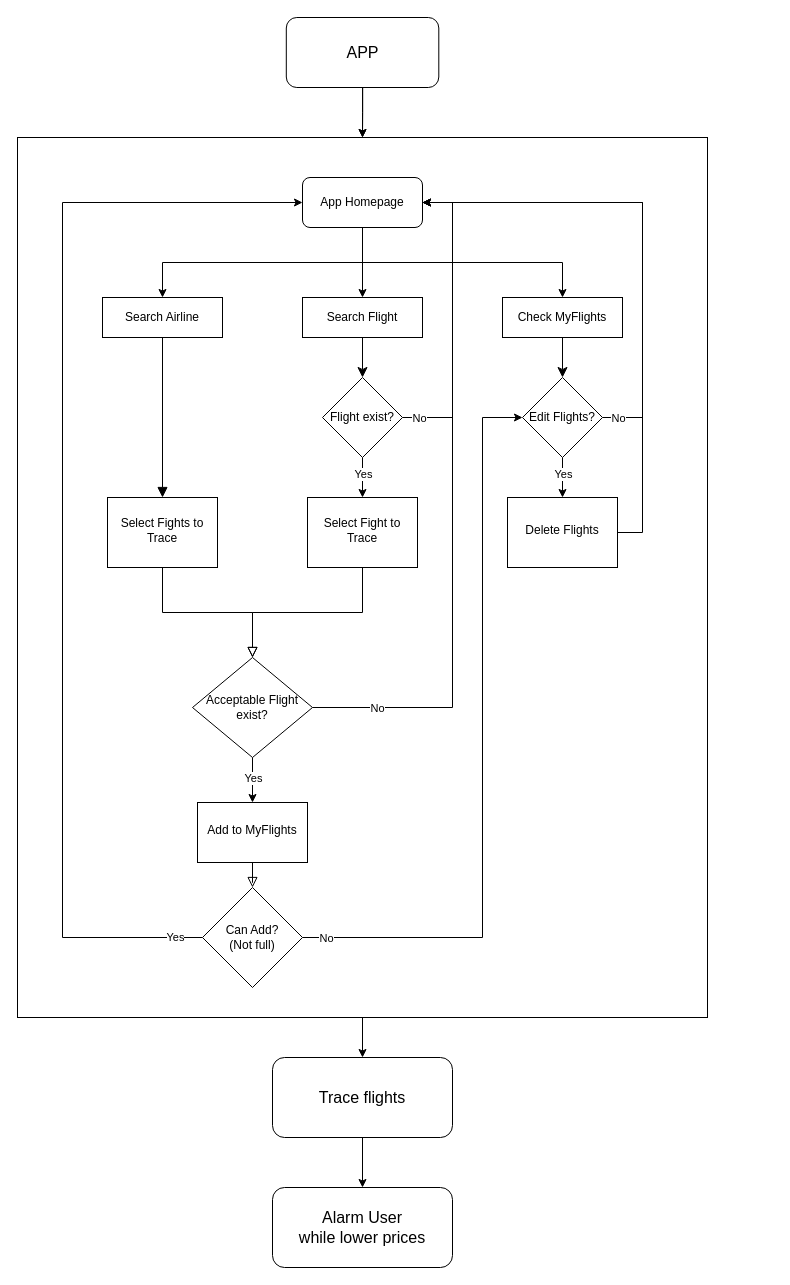
The draw.io diagram FlightTicket_flow.drawio in CY-Marowak/FlightTicketProject, before the edit. Source tidied: cells renumbered, new cells numbered last; positions are measured from the earlier drawing's top-left corner, leaving out a move shared by most shapes. Both pictures are drawn from the tidied source at 100%, with x=0, y=0 at pixel (17, 17).
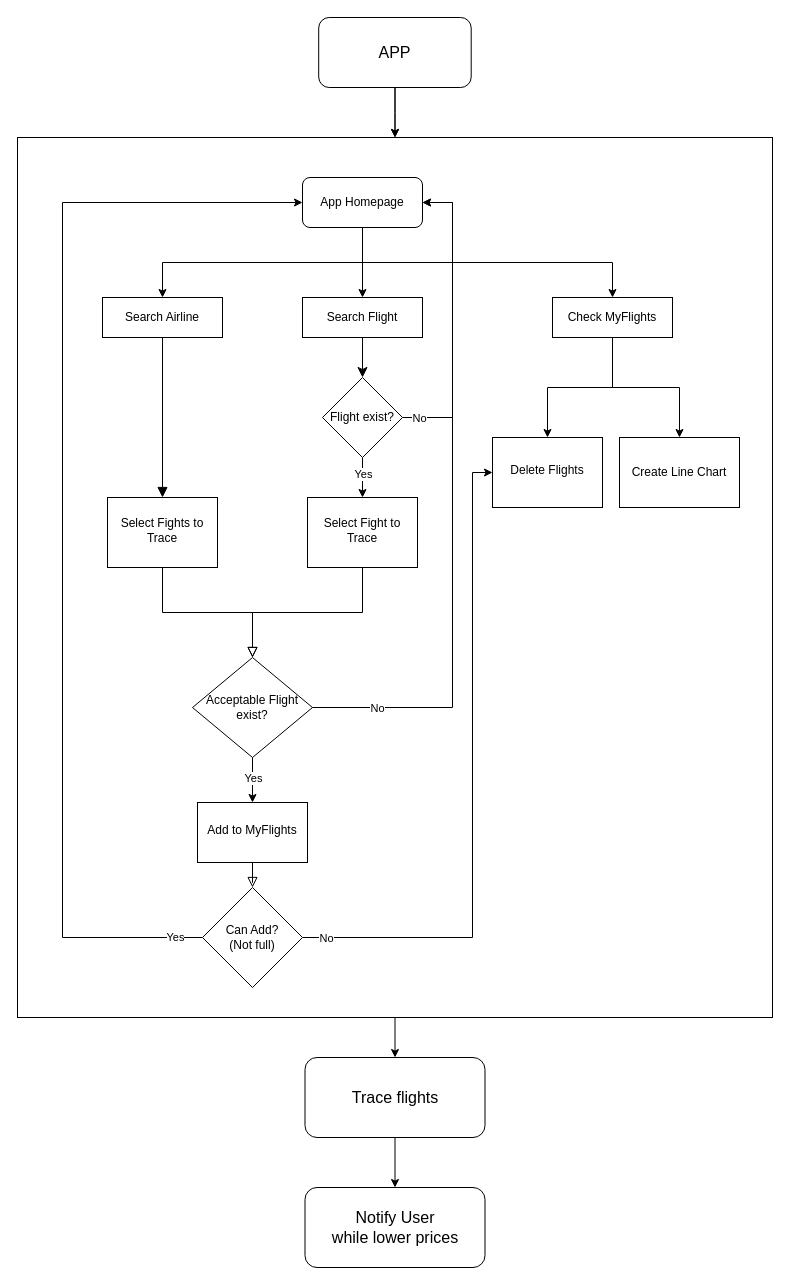
Above is the later version.

Unchanged cells that the change refers to:
```xml
<mxCell id="19" value="App Homepage" style="rounded=1;whiteSpace=wrap;html=1;fontSize=12;glass=0;strokeWidth=1;shadow=0;" parent="1" vertex="1">
  <mxGeometry x="285" y="160" width="120" height="50" as="geometry" />
</mxCell>
<mxCell id="34" value="Can Add?&lt;br&gt;(Not full)" style="rhombus;whiteSpace=wrap;html=1;" parent="1" vertex="1">
  <mxGeometry x="185" y="870" width="100" height="100" as="geometry" />
</mxCell>
```

What changed in the source:
```diff
@@
     <mxCell id="3" style="rounded=0;whiteSpace=wrap;html=1;" parent="1" vertex="1">
-      <mxGeometry y="120" width="690" height="880" as="geometry" />
+      <mxGeometry y="120" width="755" height="880" as="geometry" />
     </mxCell>
@@
     <mxCell id="11" value="&lt;font style=&quot;font-size: 16px;&quot;&gt;Trace flights&lt;/font&gt;" style="rounded=1;whiteSpace=wrap;html=1;fontSize=12;glass=0;strokeWidth=1;shadow=0;" parent="1" vertex="1">
-      <mxGeometry x="255" y="1040" width="180" height="80" as="geometry" />
+      <mxGeometry x="287.5" y="1040" width="180" height="80" as="geometry" />
     </mxCell>
@@
-    <mxCell id="32" style="edgeStyle=orthogonalEdgeStyle;rounded=0;jettySize=auto;html=1;exitX=1;exitY=0.5;exitDx=0;exitDy=0;entryX=0;entryY=0.5;entryDx=0;entryDy=0;" parent="1" edge="1" source="34" target="43">
-      <mxGeometry relative="1" as="geometry">
-        <Array as="points">
-          <mxPoint x="465" y="920" />
-          <mxPoint x="465" y="400" />
-        </Array>
-      </mxGeometry>
-    </mxCell>
-    <mxCell id="33" value="No" style="edgeLabel;html=1;align=center;verticalAlign=middle;" parent="32" vertex="1">
-      <mxGeometry x="-0.96" y="1" relative="1" as="geometry">
-        <mxPoint x="8" y="1" as="offset" />
-      </mxGeometry>
-    </mxCell>
+    <mxCell id="48" style="edgeStyle=orthogonalEdgeStyle;rounded=0;jettySize=auto;html=1;exitX=1;exitY=0.5;exitDx=0;exitDy=0;entryX=0;entryY=0.5;entryDx=0;entryDy=0;" parent="1" edge="1" source="34" target="38">
+      <mxGeometry relative="1" as="geometry">
+        <Array as="points">
+          <mxPoint x="455" y="920" />
+          <mxPoint x="455" y="455" />
+        </Array>
+      </mxGeometry>
+    </mxCell>
+    <mxCell id="49" value="No" style="edgeLabel;html=1;align=center;verticalAlign=middle;" parent="48" vertex="1">
+      <mxGeometry x="-0.9" y="-2" relative="1" as="geometry">
+        <mxPoint x="-10" y="-2" as="offset" />
+      </mxGeometry>
+    </mxCell>
@@
-    <mxCell id="35" style="rounded=0;html=1;jettySize=auto;fontSize=11;endArrow=classic;endFill=1;endSize=8;strokeWidth=1;shadow=0;labelBackgroundColor=none;edgeStyle=orthogonalEdgeStyle;entryX=0.5;entryY=0;entryDx=0;entryDy=0;" parent="1" edge="1" source="36" target="43">
-      <mxGeometry relative="1" as="geometry" />
-    </mxCell>
+    <mxCell id="50" style="edgeStyle=orthogonalEdgeStyle;rounded=0;jettySize=auto;html=1;" parent="1" edge="1" source="36" target="38">
+      <mxGeometry relative="1" as="geometry" />
+    </mxCell>
+    <mxCell id="51" style="edgeStyle=orthogonalEdgeStyle;rounded=0;jettySize=auto;html=1;entryX=0.5;entryY=0;entryDx=0;entryDy=0;" parent="1" edge="1" source="36" target="52">
+      <mxGeometry relative="1" as="geometry" />
+    </mxCell>
     <mxCell id="36" value="Check MyFlights" style="rounded=0;whiteSpace=wrap;html=1;fontSize=12;glass=0;strokeWidth=1;shadow=0;" parent="1" vertex="1">
-      <mxGeometry x="485" y="280" width="120" height="40" as="geometry" />
+      <mxGeometry x="535" y="280" width="120" height="40" as="geometry" />
     </mxCell>
-    <mxCell id="37" style="edgeStyle=orthogonalEdgeStyle;rounded=0;jettySize=auto;html=1;exitX=1;exitY=0.5;exitDx=0;exitDy=0;entryX=1;entryY=0.5;entryDx=0;entryDy=0;" parent="1" edge="1" source="38" target="19">
-      <mxGeometry relative="1" as="geometry">
-        <Array as="points">
-          <mxPoint x="625" y="515" />
-          <mxPoint x="625" y="185" />
-        </Array>
-      </mxGeometry>
-    </mxCell>
     <mxCell id="38" value="Delete Flights" style="rounded=0;whiteSpace=wrap;html=1;shadow=0;fontFamily=Helvetica;fontSize=12;align=center;strokeWidth=1;spacing=6;spacingTop=-4;" parent="1" vertex="1">
-      <mxGeometry x="490" y="480" width="110" height="70" as="geometry" />
+      <mxGeometry x="475" y="420" width="110" height="70" as="geometry" />
     </mxCell>
-    <mxCell id="39" style="edgeStyle=orthogonalEdgeStyle;rounded=0;jettySize=auto;html=1;exitX=0.5;exitY=1;exitDx=0;exitDy=0;entryX=0.5;entryY=0;entryDx=0;entryDy=0;" parent="1" edge="1" source="43" target="38">
-      <mxGeometry relative="1" as="geometry" />
-    </mxCell>
-    <mxCell id="40" value="Yes" style="edgeLabel;html=1;align=center;verticalAlign=middle;" parent="39" vertex="1">
-      <mxGeometry x="-0.19" relative="1" as="geometry" />
-    </mxCell>
-    <mxCell id="41" style="edgeStyle=orthogonalEdgeStyle;rounded=0;jettySize=auto;html=1;entryX=1;entryY=0.5;entryDx=0;entryDy=0;" parent="1" edge="1" source="43" target="19">
-      <mxGeometry relative="1" as="geometry">
-        <Array as="points">
-          <mxPoint x="625" y="400" />
-          <mxPoint x="625" y="185" />
-        </Array>
-      </mxGeometry>
-    </mxCell>
-    <mxCell id="42" value="No" style="edgeLabel;html=1;align=center;verticalAlign=middle;" parent="41" vertex="1">
-      <mxGeometry x="-0.94" y="1" relative="1" as="geometry">
-        <mxPoint x="1" y="1" as="offset" />
-      </mxGeometry>
-    </mxCell>
-    <mxCell id="43" value="Edit Flights?" style="rhombus;whiteSpace=wrap;html=1;" parent="1" vertex="1">
-      <mxGeometry x="505" y="360" width="80" height="80" as="geometry" />
-    </mxCell>
@@
     <mxCell id="46" value="&lt;font style=&quot;font-size: 16px;&quot;&gt;APP&lt;/font&gt;" style="rounded=1;whiteSpace=wrap;html=1;" parent="1" vertex="1">
-      <mxGeometry x="268.8" width="152.5" height="70" as="geometry" />
+      <mxGeometry x="301.2" width="152.5" height="70" as="geometry" />
     </mxCell>
-    <mxCell id="47" value="&lt;font style=&quot;font-size: 16px;&quot;&gt;Alarm User&lt;/font&gt;&lt;div&gt;&lt;font style=&quot;font-size: 16px;&quot;&gt;while lower prices&lt;/font&gt;&lt;/div&gt;" style="rounded=1;whiteSpace=wrap;html=1;fontSize=12;glass=0;strokeWidth=1;shadow=0;" parent="1" vertex="1">
-      <mxGeometry x="255" y="1170" width="180" height="80" as="geometry" />
+    <mxCell id="47" value="&lt;font style=&quot;font-size: 16px;&quot;&gt;Notify User&lt;/font&gt;&lt;div&gt;&lt;font style=&quot;font-size: 16px;&quot;&gt;while lower prices&lt;/font&gt;&lt;/div&gt;" style="rounded=1;whiteSpace=wrap;html=1;fontSize=12;glass=0;strokeWidth=1;shadow=0;" parent="1" vertex="1">
+      <mxGeometry x="287.5" y="1170" width="180" height="80" as="geometry" />
     </mxCell>
+    <mxCell id="52" value="Create Line Chart" style="rounded=0;whiteSpace=wrap;html=1;" parent="1" vertex="1">
+      <mxGeometry x="602" y="420" width="120" height="70" as="geometry" />
+    </mxCell>
```
